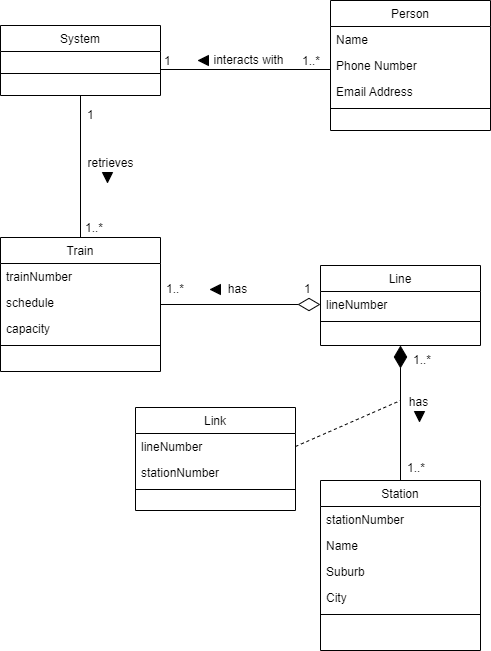
This is Stage 2/analysisClassDiagram.png from terrenceshang/CS-Capestone-Project, a draw.io export, as it was before one commit. Source tidied: cells renumbered, new cells last; positions are measured from the earlier drawing's top-left corner, leaving out a move shared by most shapes.
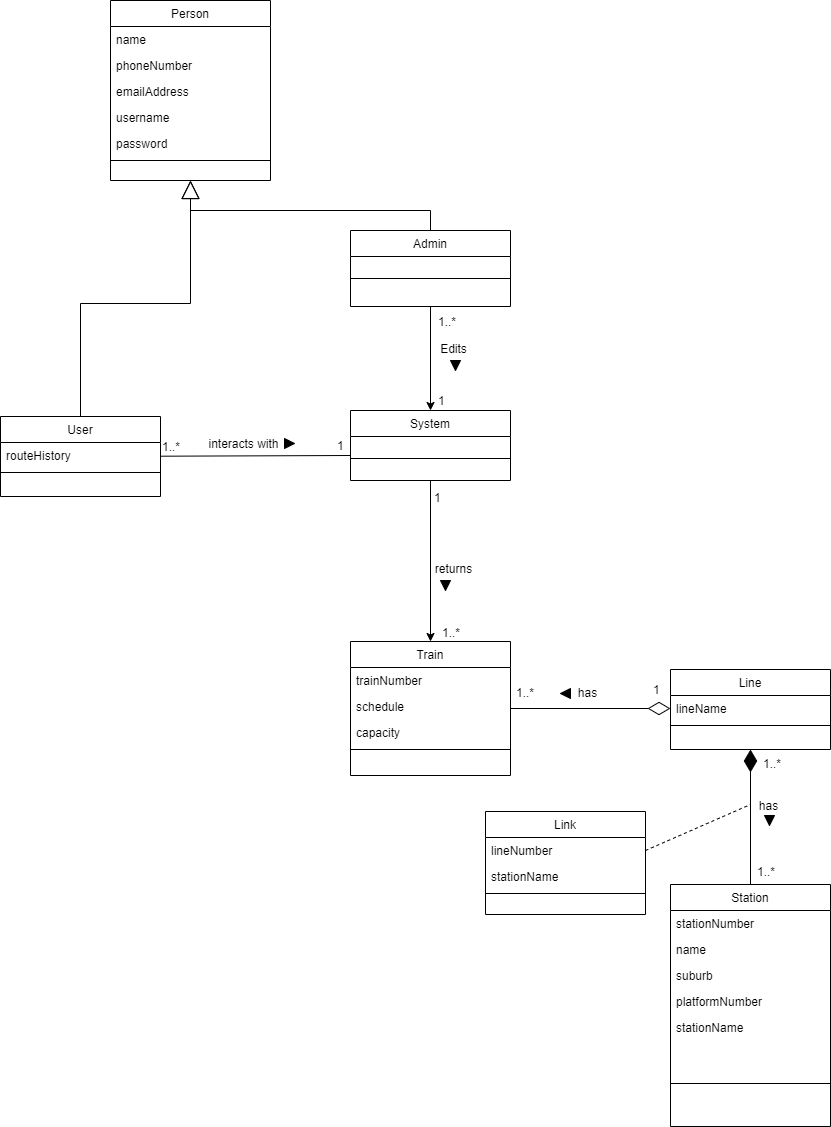
Later version of the same file.

Change to the diagram source:
```diff
@@ -2,44 +2,43 @@
   <root>
     <mxCell id="0" />
     <mxCell id="1" parent="0" />
-    <mxCell id="2" style="edgeStyle=orthogonalEdgeStyle;rounded=0;orthogonalLoop=1;jettySize=auto;html=1;entryX=1;entryY=0.5;entryDx=0;entryDy=0;endArrow=none;endFill=0;" parent="1" edge="1">
-      <mxGeometry relative="1" as="geometry">
-        <mxPoint x="330" y="69" as="sourcePoint" />
-        <mxPoint x="160" y="69" as="targetPoint" />
-      </mxGeometry>
-    </mxCell>
+    <mxCell id="48" style="rounded=0;jettySize=auto;html=1;endArrow=none;endFill=0;" parent="1" edge="1" source="3">
+      <mxGeometry relative="1" as="geometry">
+        <mxPoint y="51" as="targetPoint" />
+      </mxGeometry>
+    </mxCell>
+    <mxCell id="49" style="edgeStyle=orthogonalEdgeStyle;rounded=0;jettySize=auto;html=1;entryX=0.5;entryY=1;entryDx=0;entryDy=0;startArrow=none;startFill=0;endArrow=block;endFill=0;endSize=16;" parent="1" edge="1" source="3" target="63">
+      <mxGeometry relative="1" as="geometry" />
+    </mxCell>
-    <mxCell id="3" value="Person" style="swimlane;fontStyle=0;align=center;verticalAlign=top;horizontal=1;startSize=26;rounded=0;shadow=0;strokeWidth=1;" parent="1" vertex="1">
-      <mxGeometry x="330" width="160" height="130" as="geometry" />
+    <mxCell id="3" value="User" style="swimlane;fontStyle=0;align=center;verticalAlign=top;horizontal=1;startSize=26;rounded=0;shadow=0;strokeWidth=1;" parent="1" vertex="1">
+      <mxGeometry x="-350" y="12" width="160" height="80" as="geometry" />
     </mxCell>
-    <mxCell id="4" value="Name" style="text;align=left;verticalAlign=top;spacingLeft=4;spacingRight=4;overflow=hidden;" parent="3" vertex="1">
+    <mxCell id="4" value="routeHistory" style="text;align=left;verticalAlign=top;spacingLeft=4;spacingRight=4;overflow=hidden;" parent="3" vertex="1">
       <mxGeometry y="26" width="160" height="26" as="geometry" />
     </mxCell>
-    <mxCell id="5" value="Phone Number" style="text;align=left;verticalAlign=top;spacingLeft=4;spacingRight=4;overflow=hidden;rounded=0;shadow=0;html=0;" parent="3" vertex="1">
-      <mxGeometry y="52" width="160" height="26" as="geometry" />
-    </mxCell>
-    <mxCell id="6" value="Email Address" style="text;align=left;verticalAlign=top;spacingLeft=4;spacingRight=4;overflow=hidden;rounded=0;shadow=0;html=0;" parent="3" vertex="1">
-      <mxGeometry y="78" width="160" height="26" as="geometry" />
-    </mxCell>
     <mxCell id="7" style="line;html=1;strokeWidth=1;align=left;verticalAlign=middle;spacingTop=-1;spacingLeft=3;spacingRight=3;labelPosition=right;" parent="3" vertex="1">
-      <mxGeometry y="104" width="160" height="8" as="geometry" />
+      <mxGeometry y="52" width="160" height="8" as="geometry" />
     </mxCell>
     <mxCell id="8" value="Station" style="swimlane;fontStyle=0;align=center;verticalAlign=top;horizontal=1;startSize=26;rounded=0;shadow=0;strokeWidth=1;" parent="1" vertex="1">
-      <mxGeometry x="320" y="480" width="160" height="170" as="geometry" />
+      <mxGeometry x="320" y="480" width="160" height="242" as="geometry" />
     </mxCell>
     <mxCell id="9" value="stationNumber" style="text;align=left;verticalAlign=top;spacingLeft=4;spacingRight=4;overflow=hidden;" parent="8" vertex="1">
       <mxGeometry y="26" width="160" height="26" as="geometry" />
     </mxCell>
-    <mxCell id="10" value="Name" style="text;align=left;verticalAlign=top;spacingLeft=4;spacingRight=4;overflow=hidden;rounded=0;shadow=0;html=0;" parent="8" vertex="1">
+    <mxCell id="10" value="name" style="text;align=left;verticalAlign=top;spacingLeft=4;spacingRight=4;overflow=hidden;rounded=0;shadow=0;html=0;" parent="8" vertex="1">
       <mxGeometry y="52" width="160" height="26" as="geometry" />
     </mxCell>
-    <mxCell id="11" value="Suburb" style="text;align=left;verticalAlign=top;spacingLeft=4;spacingRight=4;overflow=hidden;rounded=0;shadow=0;html=0;" parent="8" vertex="1">
+    <mxCell id="11" value="suburb" style="text;align=left;verticalAlign=top;spacingLeft=4;spacingRight=4;overflow=hidden;rounded=0;shadow=0;html=0;" parent="8" vertex="1">
       <mxGeometry y="78" width="160" height="26" as="geometry" />
     </mxCell>
-    <mxCell id="12" value="City" style="text;align=left;verticalAlign=top;spacingLeft=4;spacingRight=4;overflow=hidden;rounded=0;shadow=0;html=0;" parent="8" vertex="1">
-      <mxGeometry y="104" width="160" height="26" as="geometry" />
-    </mxCell>
+    <mxCell id="50" value="platformNumber" style="text;align=left;verticalAlign=top;spacingLeft=4;spacingRight=4;overflow=hidden;rounded=0;shadow=0;html=0;" parent="8" vertex="1">
+      <mxGeometry y="104" width="160" height="26" as="geometry" />
+    </mxCell>
+    <mxCell id="51" value="stationName" style="text;align=left;verticalAlign=top;spacingLeft=4;spacingRight=4;overflow=hidden;rounded=0;shadow=0;html=0;" parent="8" vertex="1">
+      <mxGeometry y="130" width="160" height="26" as="geometry" />
+    </mxCell>
     <mxCell id="13" style="line;html=1;strokeWidth=1;align=left;verticalAlign=middle;spacingTop=-1;spacingLeft=3;spacingRight=3;labelPosition=right;" parent="8" vertex="1">
-      <mxGeometry y="130" width="160" height="8" as="geometry" />
+      <mxGeometry y="156" width="160" height="86" as="geometry" />
     </mxCell>
     <mxCell id="14" style="edgeStyle=orthogonalEdgeStyle;rounded=0;jettySize=auto;html=1;entryX=0;entryY=0.5;entryDx=0;entryDy=0;endArrow=diamondThin;endFill=0;endSize=20;" parent="1" edge="1" source="15" target="22">
       <mxGeometry relative="1" as="geometry" />
@@ -65,7 +64,7 @@
     <mxCell id="21" value="Line" style="swimlane;fontStyle=0;align=center;verticalAlign=top;horizontal=1;startSize=26;rounded=0;shadow=0;strokeWidth=1;" parent="1" vertex="1">
       <mxGeometry x="320" y="265" width="160" height="80" as="geometry" />
     </mxCell>
-    <mxCell id="22" value="lineNumber" style="text;align=left;verticalAlign=top;spacingLeft=4;spacingRight=4;overflow=hidden;points=[[0,0.5],[1,0.5]];portConstraint=eastwest;" parent="21" vertex="1">
+    <mxCell id="22" value="lineName" style="text;align=left;verticalAlign=top;spacingLeft=4;spacingRight=4;overflow=hidden;points=[[0,0.5],[1,0.5]];portConstraint=eastwest;" parent="21" vertex="1">
       <mxGeometry y="26" width="160" height="26" as="geometry" />
     </mxCell>
     <mxCell id="23" style="line;html=1;strokeWidth=1;align=left;verticalAlign=middle;spacingTop=-1;spacingLeft=3;spacingRight=3;labelPosition=right;" parent="21" vertex="1">
@@ -83,7 +82,7 @@
       <mxGeometry x="164" y="297" as="geometry" />
     </mxCell>
     <mxCell id="27" value="1" style="align=left;verticalAlign=bottom;labelBackgroundColor=none;fontSize=12;" parent="1" vertex="1">
-      <mxGeometry x="171" y="308" as="geometry">
+      <mxGeometry x="170" y="305" as="geometry">
         <mxPoint x="131" y="-11" as="offset" />
       </mxGeometry>
     </mxCell>
@@ -105,45 +104,36 @@
         <mxPoint x="131" y="-11" as="offset" />
       </mxGeometry>
     </mxCell>
-    <mxCell id="32" style="edgeStyle=orthogonalEdgeStyle;rounded=0;jettySize=auto;html=1;entryX=0.5;entryY=0;entryDx=0;entryDy=0;endArrow=none;endFill=0;" parent="1" edge="1" source="33" target="15">
+    <mxCell id="32" style="edgeStyle=orthogonalEdgeStyle;rounded=0;jettySize=auto;html=1;exitX=0.5;exitY=1;exitDx=0;exitDy=0;entryX=0.5;entryY=0;entryDx=0;entryDy=0;" parent="1" edge="1" source="33" target="15">
       <mxGeometry relative="1" as="geometry" />
     </mxCell>
     <mxCell id="33" value="System" style="swimlane;fontStyle=0;align=center;verticalAlign=top;horizontal=1;startSize=26;rounded=0;shadow=0;strokeWidth=1;" parent="1" vertex="1">
-      <mxGeometry y="25" width="160" height="70" as="geometry" />
+      <mxGeometry y="6" width="160" height="70" as="geometry" />
     </mxCell>
     <mxCell id="34" style="line;html=1;strokeWidth=1;align=left;verticalAlign=middle;spacingTop=-1;spacingLeft=3;spacingRight=3;labelPosition=right;" parent="33" vertex="1">
       <mxGeometry y="26" width="160" height="44" as="geometry" />
     </mxCell>
     <mxCell id="35" value="1..*" style="align=left;verticalAlign=bottom;labelBackgroundColor=none;fontSize=12;" parent="1" vertex="1">
-      <mxGeometry x="300" y="69" as="geometry" />
+      <mxGeometry x="-190" y="51" as="geometry" />
     </mxCell>
     <mxCell id="36" value="1" style="align=left;verticalAlign=bottom;labelBackgroundColor=none;fontSize=12;" parent="1" vertex="1">
-      <mxGeometry x="162" y="69" as="geometry" />
+      <mxGeometry x="162" y="71" as="geometry">
+        <mxPoint x="-177" y="-21" as="offset" />
+      </mxGeometry>
     </mxCell>
     <mxCell id="37" value="interacts with" style="text;html=1;align=center;verticalAlign=middle;labelBackgroundColor=none;rounded=0;shadow=0;strokeWidth=1;fontSize=12;" parent="1" vertex="1">
-      <mxGeometry x="235" y="61" as="geometry">
+      <mxGeometry x="-120" y="41" as="geometry">
         <mxPoint x="12" y="-1" as="offset" />
       </mxGeometry>
     </mxCell>
-    <mxCell id="38" style="triangle;whiteSpace=wrap;html=1;fillColor=#000000;rotation=-180;" parent="1" vertex="1">
-      <mxGeometry x="198" y="55" width="10" height="10" as="geometry" />
+    <mxCell id="38" style="triangle;whiteSpace=wrap;html=1;fillColor=#000000;rotation=0;" parent="1" vertex="1">
+      <mxGeometry x="-66" y="34" width="10" height="10" as="geometry" />
     </mxCell>
-    <mxCell id="39" value="retrieves" style="text;html=1;align=center;verticalAlign=middle;labelBackgroundColor=none;rounded=0;shadow=0;strokeWidth=1;fontSize=12;" parent="1" vertex="1">
-      <mxGeometry x="97" y="164" as="geometry">
-        <mxPoint x="12" y="-1" as="offset" />
-      </mxGeometry>
-    </mxCell>
-    <mxCell id="40" style="triangle;whiteSpace=wrap;html=1;fillColor=#000000;rotation=90;" parent="1" vertex="1">
-      <mxGeometry x="102" y="172" width="10" height="10" as="geometry" />
-    </mxCell>
     <mxCell id="41" value="1" style="align=left;verticalAlign=bottom;labelBackgroundColor=none;fontSize=12;" parent="1" vertex="1">
-      <mxGeometry x="173" y="82" as="geometry">
+      <mxGeometry x="170" y="61" as="geometry">
         <mxPoint x="-88" y="41" as="offset" />
       </mxGeometry>
     </mxCell>
-    <mxCell id="42" value="1..*" style="align=left;verticalAlign=bottom;labelBackgroundColor=none;fontSize=12;" parent="1" vertex="1">
-      <mxGeometry x="83" y="236" as="geometry" />
-    </mxCell>
     <mxCell id="43" style="rounded=0;jettySize=auto;html=1;dashed=1;endArrow=none;endFill=0;exitX=1;exitY=0.5;exitDx=0;exitDy=0;" parent="1" edge="1" source="45">
       <mxGeometry relative="1" as="geometry">
         <mxPoint x="400" y="400" as="targetPoint" />
@@ -155,11 +145,73 @@
     <mxCell id="45" value="lineNumber" style="text;align=left;verticalAlign=top;spacingLeft=4;spacingRight=4;overflow=hidden;points=[[0,0.5],[1,0.5]];portConstraint=eastwest;rounded=0;shadow=0;html=0;" parent="44" vertex="1">
       <mxGeometry y="26" width="160" height="26" as="geometry" />
     </mxCell>
-    <mxCell id="46" value="stationNumber" style="text;align=left;verticalAlign=top;spacingLeft=4;spacingRight=4;overflow=hidden;rounded=0;shadow=0;html=0;" parent="44" vertex="1">
+    <mxCell id="46" value="stationName" style="text;align=left;verticalAlign=top;spacingLeft=4;spacingRight=4;overflow=hidden;rounded=0;shadow=0;html=0;" parent="44" vertex="1">
       <mxGeometry y="52" width="160" height="26" as="geometry" />
     </mxCell>
     <mxCell id="47" style="line;html=1;strokeWidth=1;align=left;verticalAlign=middle;spacingTop=-1;spacingLeft=3;spacingRight=3;labelPosition=right;" parent="44" vertex="1">
       <mxGeometry y="78" width="160" height="8" as="geometry" />
     </mxCell>
+    <mxCell id="52" value="1..*" style="align=left;verticalAlign=bottom;labelBackgroundColor=none;fontSize=12;" parent="1" vertex="1">
+      <mxGeometry x="90" y="237" as="geometry" />
+    </mxCell>
+    <mxCell id="53" value="returns" style="text;html=1;align=center;verticalAlign=middle;labelBackgroundColor=none;rounded=0;shadow=0;strokeWidth=1;fontSize=12;" parent="1" vertex="1">
+      <mxGeometry x="90" y="166" as="geometry">
+        <mxPoint x="12" y="-1" as="offset" />
+      </mxGeometry>
+    </mxCell>
+    <mxCell id="54" style="triangle;whiteSpace=wrap;html=1;fillColor=#000000;rotation=-180;direction=north;" parent="1" vertex="1">
+      <mxGeometry x="90" y="176" width="10" height="10" as="geometry" />
+    </mxCell>
+    <mxCell id="55" style="edgeStyle=orthogonalEdgeStyle;rounded=0;jettySize=auto;html=1;exitX=0.5;exitY=1;exitDx=0;exitDy=0;entryX=0.5;entryY=0;entryDx=0;entryDy=0;" parent="1" edge="1" source="57" target="33">
+      <mxGeometry relative="1" as="geometry" />
+    </mxCell>
+    <mxCell id="56" style="edgeStyle=orthogonalEdgeStyle;rounded=0;jettySize=auto;html=1;entryX=0.5;entryY=1;entryDx=0;entryDy=0;endArrow=block;endFill=0;startArrow=none;startFill=0;exitX=0.5;exitY=0;exitDx=0;exitDy=0;endSize=16;" parent="1" edge="1" source="57" target="63">
+      <mxGeometry relative="1" as="geometry" />
+    </mxCell>
+    <mxCell id="57" value="Admin" style="swimlane;fontStyle=0;align=center;verticalAlign=top;horizontal=1;startSize=26;rounded=0;shadow=0;strokeWidth=1;" parent="1" vertex="1">
+      <mxGeometry y="-174" width="160" height="76" as="geometry" />
+    </mxCell>
+    <mxCell id="58" style="line;html=1;strokeWidth=1;align=left;verticalAlign=middle;spacingTop=-1;spacingLeft=3;spacingRight=3;labelPosition=right;" parent="57" vertex="1">
+      <mxGeometry y="26" width="160" height="44" as="geometry" />
+    </mxCell>
+    <mxCell id="59" value="Edits" style="text;html=1;align=center;verticalAlign=middle;labelBackgroundColor=none;rounded=0;shadow=0;strokeWidth=1;fontSize=12;" parent="1" vertex="1">
+      <mxGeometry x="90" y="-54" as="geometry">
+        <mxPoint x="12" y="-1" as="offset" />
+      </mxGeometry>
+    </mxCell>
+    <mxCell id="60" style="triangle;whiteSpace=wrap;html=1;fillColor=#000000;rotation=90;direction=east;" parent="1" vertex="1">
+      <mxGeometry x="100" y="-44" width="10" height="10" as="geometry" />
+    </mxCell>
+    <mxCell id="61" value="1..*" style="align=left;verticalAlign=bottom;labelBackgroundColor=none;fontSize=12;" parent="1" vertex="1">
+      <mxGeometry x="100" y="16" as="geometry">
+        <mxPoint x="-14" y="-90" as="offset" />
+      </mxGeometry>
+    </mxCell>
+    <mxCell id="62" value="1" style="align=left;verticalAlign=bottom;labelBackgroundColor=none;fontSize=12;" parent="1" vertex="1">
+      <mxGeometry x="164" y="95" as="geometry">
+        <mxPoint x="-78" y="-90" as="offset" />
+      </mxGeometry>
+    </mxCell>
+    <mxCell id="63" value="Person" style="swimlane;fontStyle=0;align=center;verticalAlign=top;horizontal=1;startSize=26;rounded=0;shadow=0;strokeWidth=1;" parent="1" vertex="1">
+      <mxGeometry x="-240" y="-404" width="160" height="180" as="geometry" />
+    </mxCell>
+    <mxCell id="64" value="name" style="text;align=left;verticalAlign=top;spacingLeft=4;spacingRight=4;overflow=hidden;" parent="63" vertex="1">
+      <mxGeometry y="26" width="160" height="26" as="geometry" />
+    </mxCell>
+    <mxCell id="65" value="phoneNumber" style="text;align=left;verticalAlign=top;spacingLeft=4;spacingRight=4;overflow=hidden;rounded=0;shadow=0;html=0;" parent="63" vertex="1">
+      <mxGeometry y="52" width="160" height="26" as="geometry" />
+    </mxCell>
+    <mxCell id="66" value="emailAddress" style="text;align=left;verticalAlign=top;spacingLeft=4;spacingRight=4;overflow=hidden;rounded=0;shadow=0;html=0;" parent="63" vertex="1">
+      <mxGeometry y="78" width="160" height="26" as="geometry" />
+    </mxCell>
+    <mxCell id="67" value="username" style="text;align=left;verticalAlign=top;spacingLeft=4;spacingRight=4;overflow=hidden;rounded=0;shadow=0;html=0;" parent="63" vertex="1">
+      <mxGeometry y="104" width="160" height="26" as="geometry" />
+    </mxCell>
+    <mxCell id="68" value="password" style="text;align=left;verticalAlign=top;spacingLeft=4;spacingRight=4;overflow=hidden;rounded=0;shadow=0;html=0;" parent="63" vertex="1">
+      <mxGeometry y="130" width="160" height="26" as="geometry" />
+    </mxCell>
+    <mxCell id="69" style="line;html=1;strokeWidth=1;align=left;verticalAlign=middle;spacingTop=-1;spacingLeft=3;spacingRight=3;labelPosition=right;" parent="63" vertex="1">
+      <mxGeometry y="156" width="160" height="8" as="geometry" />
+    </mxCell>
   </root>
 </mxGraphModel>
```
